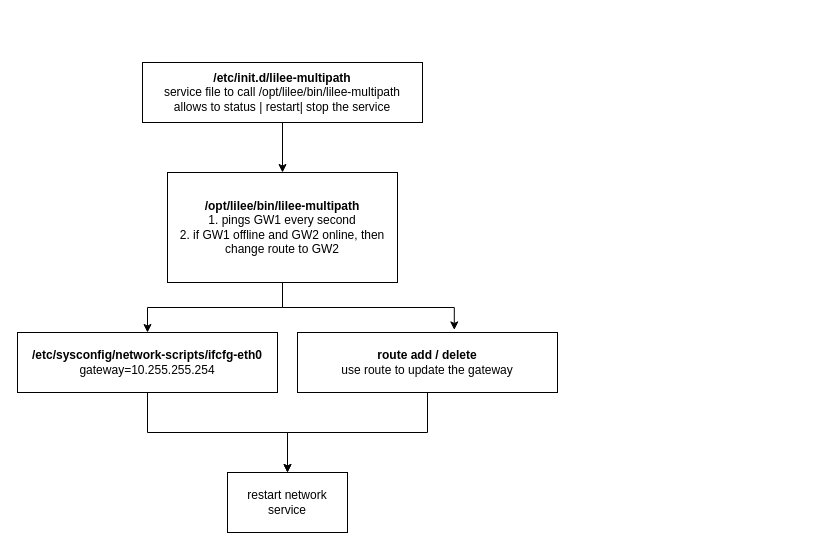
This is multipath.drawio from Artur-at-work/diagrams.net, a draw.io file, before an edit. Source tidied: cells renumbered, new cells numbered last; positions are measured from the earlier drawing's top-left corner, leaving out a move shared by most shapes. Both pictures are drawn from the tidied source at 100%, with x=0, y=0 at pixel (17, 62).
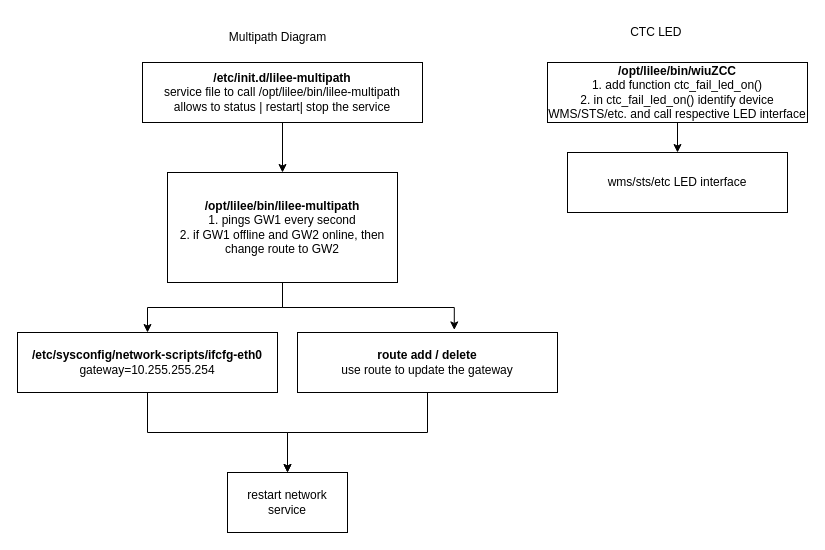
Above is the later version.

What changed in the source:
```diff
@@
 <mxGraphModel>
   <root>
     <mxCell id="0" />
     <mxCell id="1" parent="0" />
     <mxCell id="2" style="edgeStyle=orthogonalEdgeStyle;rounded=0;jettySize=auto;html=1;" parent="1" edge="1" source="3" target="7">
       <mxGeometry relative="1" as="geometry" />
     </mxCell>
     <mxCell id="3" value="&lt;b&gt;/opt/lilee/bin/lilee-multipath&lt;/b&gt;&lt;br&gt;1. pings GW1 every second&lt;br&gt;2. if GW1 offline and GW2 online, then change route to GW2" style="whiteSpace=wrap;html=1;" parent="1" vertex="1">
       <mxGeometry x="150" y="110" width="230" height="110" as="geometry" />
     </mxCell>
     <mxCell id="4" style="edgeStyle=orthogonalEdgeStyle;rounded=0;jettySize=auto;html=1;" parent="1" edge="1" source="5" target="3">
       <mxGeometry relative="1" as="geometry" />
     </mxCell>
     <mxCell id="5" value="&lt;b&gt;/etc/init.d/lilee-multipath&lt;/b&gt;&lt;br&gt;service file to call /opt/lilee/bin/lilee-multipath&lt;br&gt;allows to status | restart| stop the service" style="whiteSpace=wrap;html=1;" parent="1" vertex="1">
       <mxGeometry x="125" width="280" height="60" as="geometry" />
     </mxCell>
     <mxCell id="6" style="edgeStyle=orthogonalEdgeStyle;rounded=0;jettySize=auto;html=1;" parent="1" edge="1" source="7" target="11">
       <mxGeometry relative="1" as="geometry" />
     </mxCell>
     <mxCell id="7" value="&lt;b&gt;/etc/sysconfig/network-scripts/ifcfg-eth0&lt;/b&gt;&lt;br&gt;gateway=10.255.255.254" style="whiteSpace=wrap;html=1;" parent="1" vertex="1">
       <mxGeometry y="270" width="260" height="60" as="geometry" />
     </mxCell>
     <mxCell id="8" style="edgeStyle=orthogonalEdgeStyle;rounded=0;jettySize=auto;html=1;" parent="1" edge="1" source="9" target="11">
       <mxGeometry relative="1" as="geometry" />
     </mxCell>
     <mxCell id="9" value="&lt;b&gt;route add / delete&lt;/b&gt;&lt;br&gt;use route to update the gateway" style="whiteSpace=wrap;html=1;" parent="1" vertex="1">
       <mxGeometry x="280" y="270" width="260" height="60" as="geometry" />
     </mxCell>
     <mxCell id="10" style="edgeStyle=orthogonalEdgeStyle;rounded=0;jettySize=auto;html=1;entryX=0.603;entryY=-0.043;entryDx=0;entryDy=0;entryPerimeter=0;exitX=0.5;exitY=1;exitDx=0;exitDy=0;" parent="1" edge="1" source="3" target="9">
       <mxGeometry relative="1" as="geometry" />
     </mxCell>
     <mxCell id="11" value="restart network service" style="whiteSpace=wrap;html=1;" parent="1" vertex="1">
       <mxGeometry x="210" y="410" width="120" height="60" as="geometry" />
     </mxCell>
+    <mxCell id="12" value="Multipath Diagram" style="text;html=1;align=center;verticalAlign=middle;strokeColor=none;fillColor=none;" parent="1" vertex="1">
+      <mxGeometry x="200" y="-40" width="120" height="30" as="geometry" />
+    </mxCell>
+    <mxCell id="13" value="CTC LED&amp;nbsp;" style="text;html=1;align=center;verticalAlign=middle;strokeColor=none;fillColor=none;" parent="1" vertex="1">
+      <mxGeometry x="600" y="-45" width="80" height="30" as="geometry" />
+    </mxCell>
+    <mxCell id="14" style="edgeStyle=orthogonalEdgeStyle;rounded=0;jettySize=auto;html=1;" parent="1" edge="1" source="15" target="16">
+      <mxGeometry relative="1" as="geometry" />
+    </mxCell>
+    <mxCell id="15" value="&lt;b&gt;/opt/lilee/bin/wiuZCC&lt;/b&gt;&lt;br&gt;1. add function ctc_fail_led_on()&lt;br&gt;2. in ctc_fail_led_on() identify device WMS/STS/etc. and call respective LED interface" style="whiteSpace=wrap;html=1;" parent="1" vertex="1">
+      <mxGeometry x="530" width="260" height="60" as="geometry" />
+    </mxCell>
+    <mxCell id="16" value="wms/sts/etc LED interface" style="whiteSpace=wrap;html=1;" parent="1" vertex="1">
+      <mxGeometry x="550" y="90" width="220" height="60" as="geometry" />
+    </mxCell>
   </root>
 </mxGraphModel>
```
